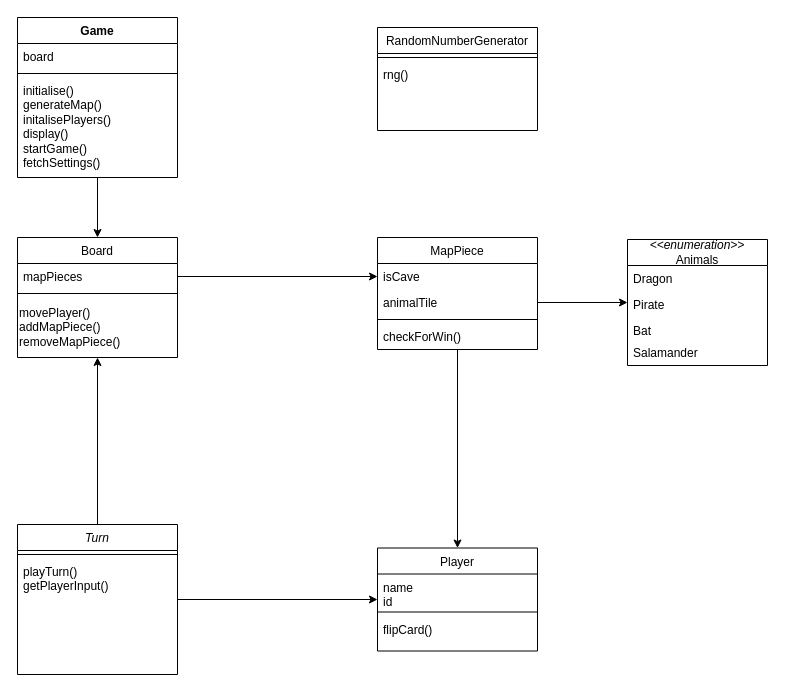
Before: docs/Sprint 2/FeiryDragonsUML.drawio in kpillaai/fiery-dragons, a draw.io diagram. Source tidied: cells renumbered, new cells numbered last; positions are measured from the earlier drawing's top-left corner, leaving out a move shared by most shapes. Both pictures are drawn from the tidied source at 100%, with x=0, y=0 at pixel (17, 17).
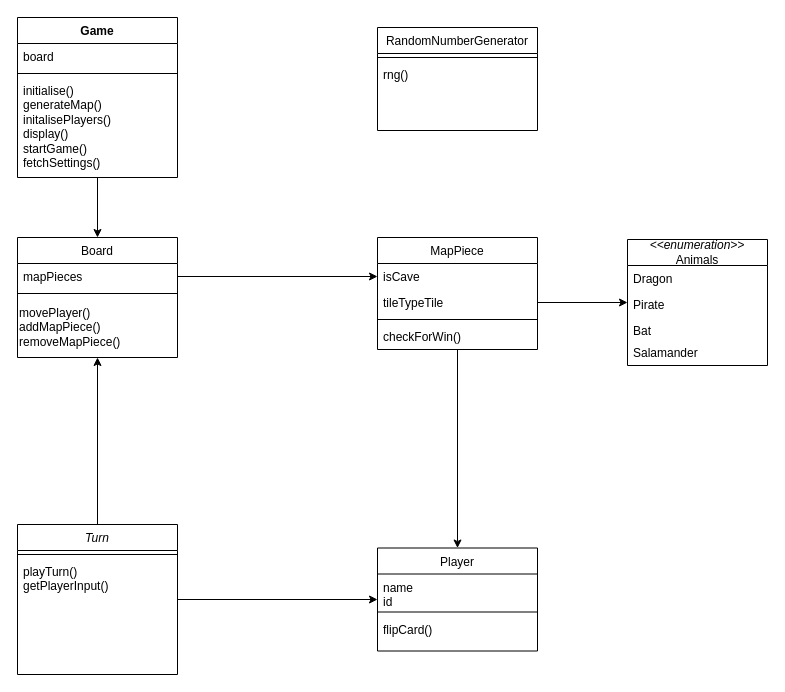
The same diagram, later.

The change refers to these unchanged cells:
```xml
<mxCell id="8" value="MapPiece" style="swimlane;fontStyle=0;align=center;verticalAlign=top;horizontal=1;startSize=26;rounded=0;shadow=0;strokeWidth=1;" parent="1" vertex="1">
  <mxGeometry x="360" y="220" width="160" height="112" as="geometry" />
</mxCell>
```

The edit, as a diff of the source:
```diff
@@
-    <mxCell id="10" value="animalTile" style="text;align=left;verticalAlign=top;spacingLeft=4;spacingRight=4;overflow=hidden;points=[[0,0.5],[1,0.5]];portConstraint=eastwest;rounded=0;shadow=0;html=0;" parent="8" vertex="1">
+    <mxCell id="10" value="tileTypeTile" style="text;align=left;verticalAlign=top;spacingLeft=4;spacingRight=4;overflow=hidden;points=[[0,0.5],[1,0.5]];portConstraint=eastwest;rounded=0;shadow=0;html=0;" parent="8" vertex="1">
       <mxGeometry y="52" width="160" height="26" as="geometry" />
     </mxCell>
```
